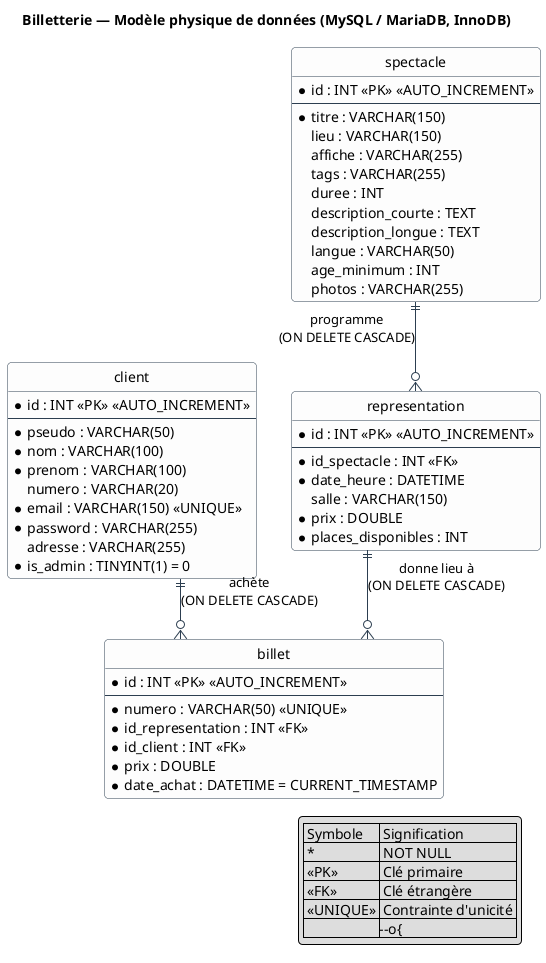
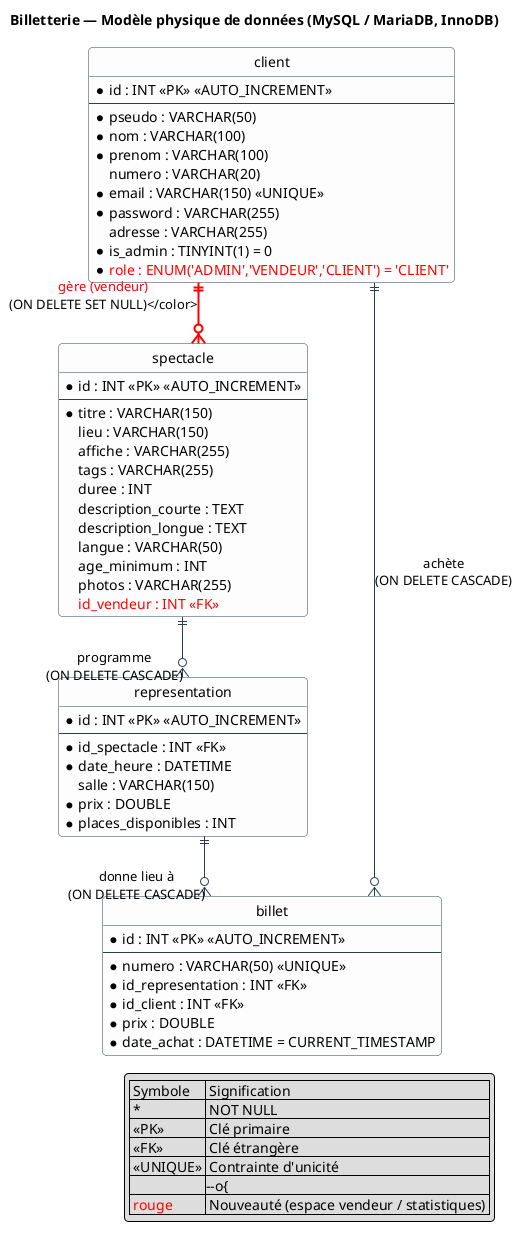
@startuml billetterie-erd
' Modèle physique de données (MPD) — base "billetterie"
' Rendu : VS Code (extension PlantUML), IntelliJ, ou https://www.plantuml.com/plantuml
' Source de vérité : sql/billetterie_template.sql

hide circle
skinparam linetype ortho
skinparam roundcorner 8
skinparam shadowing false
skinparam class {
  BackgroundColor #FDFDFD
  BorderColor #2C3E50
  ArrowColor #2C3E50
}
title Billetterie — Modèle physique de données (MySQL / MariaDB, InnoDB)

entity "client" as client {
  * id : INT <<PK>> <<AUTO_INCREMENT>>
  --
  * pseudo : VARCHAR(50)
  * nom : VARCHAR(100)
  * prenom : VARCHAR(100)
    numero : VARCHAR(20)
  * email : VARCHAR(150) <<UNIQUE>>
  * password : VARCHAR(255)
    adresse : VARCHAR(255)
  * is_admin : TINYINT(1) = 0
+   * <color:#FF0000>role : ENUM('ADMIN','VENDEUR','CLIENT') = 'CLIENT'</color>
}

entity "spectacle" as spectacle {
  * id : INT <<PK>> <<AUTO_INCREMENT>>
  --
  * titre : VARCHAR(150)
    lieu : VARCHAR(150)
    affiche : VARCHAR(255)
    tags : VARCHAR(255)
    duree : INT
    description_courte : TEXT
    description_longue : TEXT
    langue : VARCHAR(50)
    age_minimum : INT
    photos : VARCHAR(255)
+     <color:#FF0000>id_vendeur : INT <<FK>></color>
}

entity "representation" as representation {
  * id : INT <<PK>> <<AUTO_INCREMENT>>
  --
  * id_spectacle : INT <<FK>>
  * date_heure : DATETIME
    salle : VARCHAR(150)
  * prix : DOUBLE
  * places_disponibles : INT
}

entity "billet" as billet {
  * id : INT <<PK>> <<AUTO_INCREMENT>>
  --
  * numero : VARCHAR(50) <<UNIQUE>>
  * id_representation : INT <<FK>>
  * id_client : INT <<FK>>
  * prix : DOUBLE
  * date_achat : DATETIME = CURRENT_TIMESTAMP
}

' Relations (cardinalités crow's foot)
' ON DELETE CASCADE sur toutes les clés étrangères
spectacle ||--o{ representation : "programme\n(ON DELETE CASCADE)"
representation ||--o{ billet : "donne lieu à\n(ON DELETE CASCADE)"
client ||--o{ billet : "achète\n(ON DELETE CASCADE)"
+ ' Nouveauté : un vendeur (client) gère 0..N spectacles
+ client ||--o{ spectacle #line:FF0000;line.bold : "<color:#FF0000>gère (vendeur)\n(ON DELETE SET NULL)</color>"

legend right
  | Symbole | Signification |
  | *       | NOT NULL |
  | <<PK>>  | Clé primaire |
  | <<FK>>  | Clé étrangère |
  | <<UNIQUE>> | Contrainte d'unicité |
  | ||--o{  | 1 vers 0..N |
+   | <color:#FF0000>rouge</color> | Nouveauté (espace vendeur / statistiques) |
endlegend

@enduml
